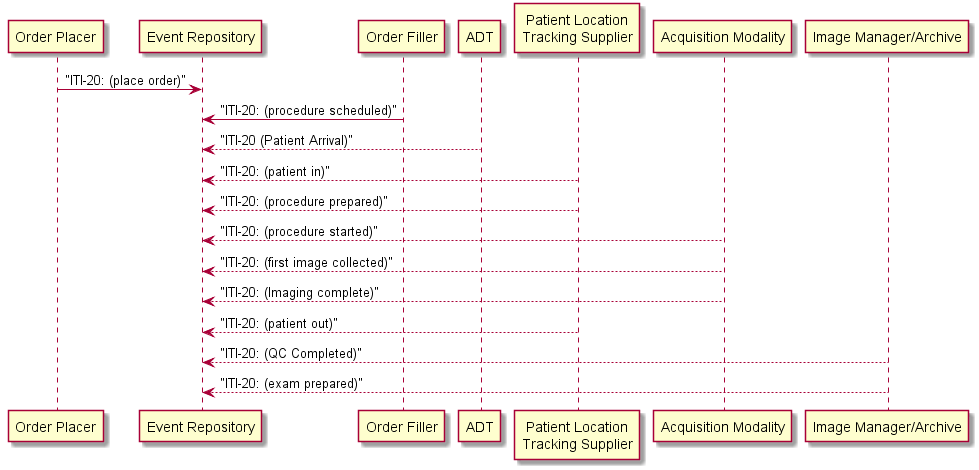
This is order-perform-study.png from rjhorn-agfa/SOLE, a PlantUML export, as it was before one commit.
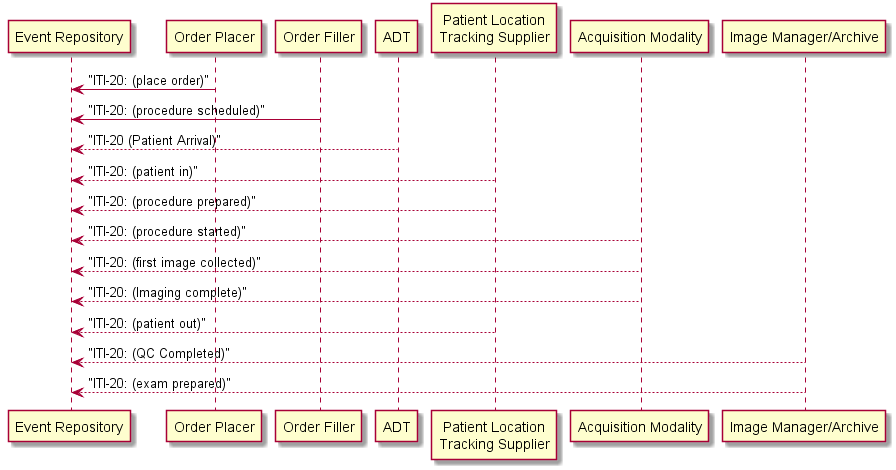
After the change.

What changed in the source:
```diff
@@ -1,4 +1,6 @@
 @startuml
+
+participant "Event Repository"
 
 "Order Placer" -> "Event Repository" : "ITI-20: (place order)"
 "Order Filler" -> "Event Repository" : "ITI-20: (procedure scheduled)"
```
